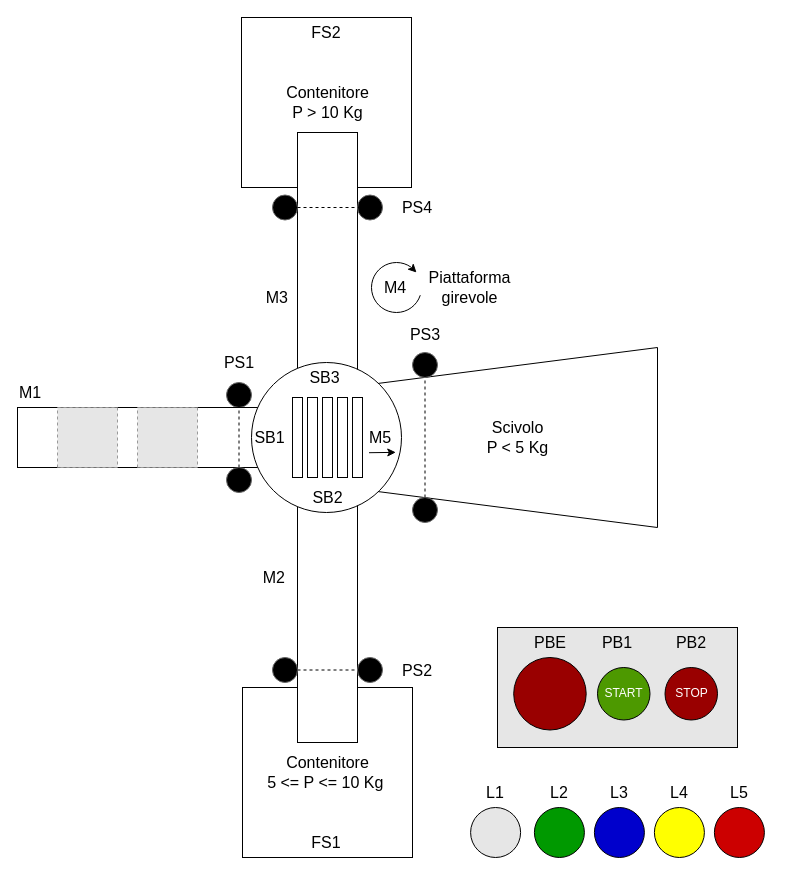
Earlier version of the draw.io diagram docs/sistemi-5/diagrammi/esame2018_schema.drawio (flavio20002/materiale-didattico). Source tidied: cells renumbered, new cells numbered last; positions are measured from the earlier drawing's top-left corner, leaving out a move shared by most shapes. Both pictures are drawn from the tidied source at 100%, with x=0, y=0 at pixel (17, 17). Pictures stored in the file or linked from it are replaced by grey dashed boxes.
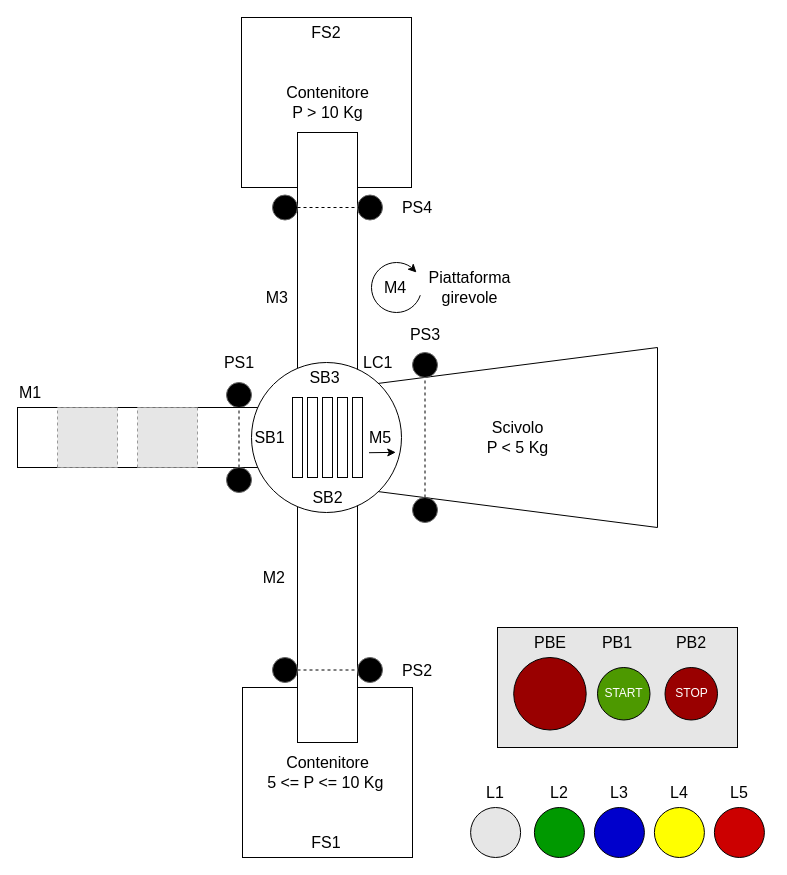
Above is the later version.

The edit, as a diff of the source:
```diff
@@
+    <mxCell id="66" value="&lt;span style=&quot;font-size: 16px;&quot;&gt;LC1&lt;/span&gt;" style="text;html=1;align=left;verticalAlign=middle;whiteSpace=wrap;rounded=0;fontSize=16;" parent="1" vertex="1">
+      <mxGeometry x="344" y="330" width="60" height="30" as="geometry" />
+    </mxCell>
```
